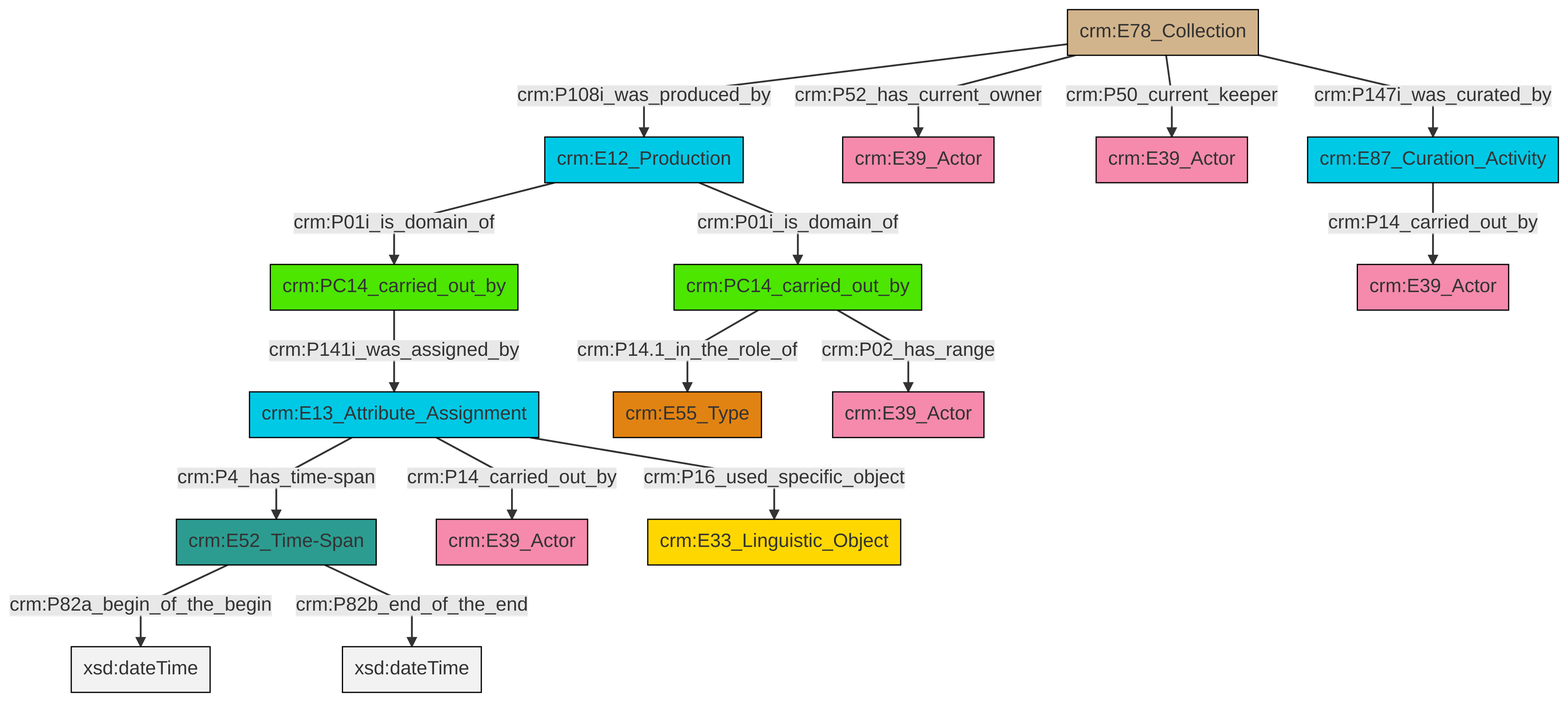
Above: et/archivalCSV/ttl/mmd/png/archival_relation.png in swiss-art-research-net/docs.swissartresearch (Mermaid), before the change. Its source is kept beside it as et/archivalCSV/ttl/mmd/archival_relation.ttl.mmd.
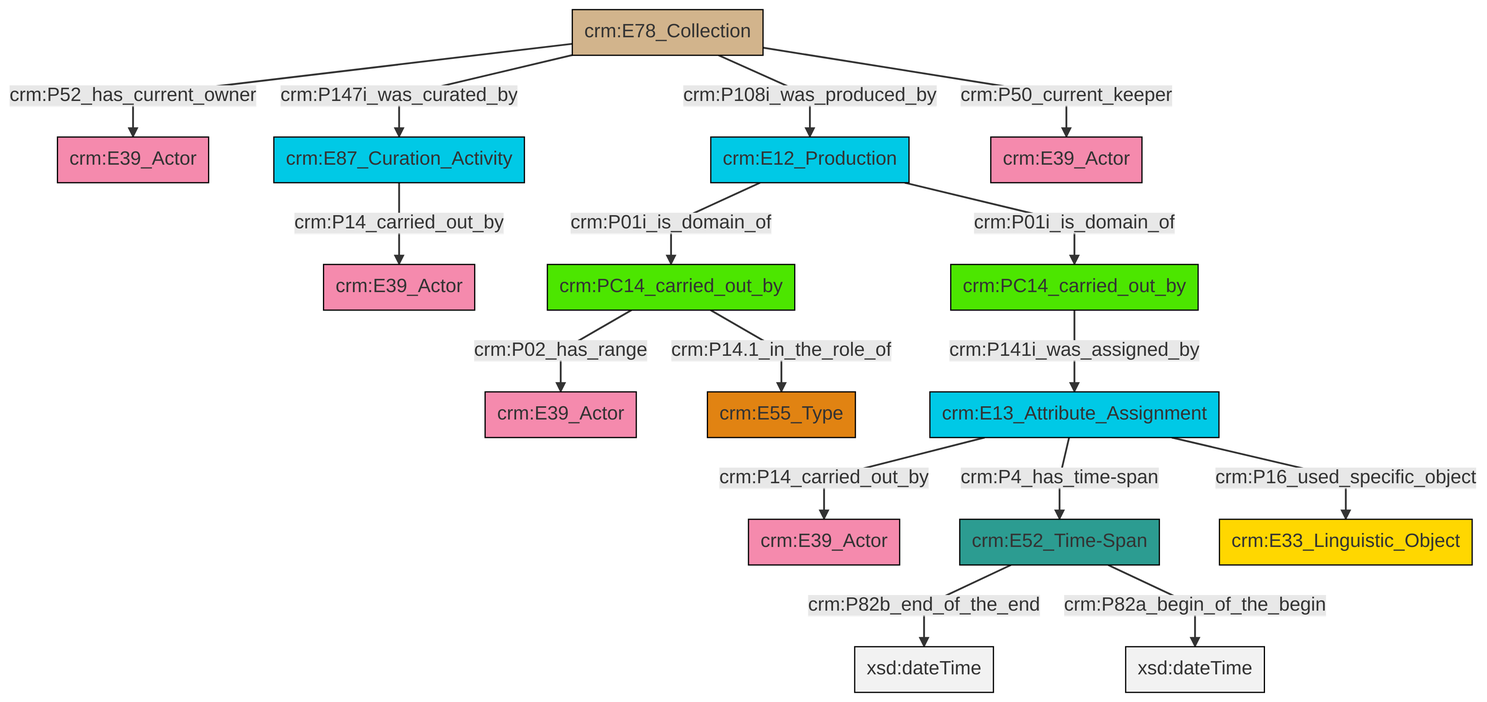
After the change.

The edit, as a diff of the source:
```diff
@@ -13,18 +13,18 @@
 classDef PC_Classes fill:#4ce600, stroke:#000000;
 classDef Multi fill:#cccccc,stroke:#000000;
 
-2["crm:E13_Attribute_Assignment"]:::Temporal_Entity -->|crm:P4_has_time-span| 3["crm:E52_Time-Span"]:::Time-Span
-5["crm:E12_Production"]:::Temporal_Entity -->|crm:P01i_is_domain_of| 0["crm:PC14_carried_out_by"]:::PC_Classes
-13["crm:E78_Collection"]:::Physical_Thing -->|crm:P50_current_keeper| 14["crm:E39_Actor"]:::Actor
-0["crm:PC14_carried_out_by"]:::PC_Classes -->|crm:P141i_was_assigned_by| 2["crm:E13_Attribute_Assignment"]:::Temporal_Entity
-5["crm:E12_Production"]:::Temporal_Entity -->|crm:P01i_is_domain_of| 7["crm:PC14_carried_out_by"]:::PC_Classes
-19["crm:E87_Curation_Activity"]:::Temporal_Entity -->|crm:P14_carried_out_by| 20["crm:E39_Actor"]:::Actor
-3["crm:E52_Time-Span"]:::Time-Span -->|crm:P82a_begin_of_the_begin| 22[xsd:dateTime]:::Literal
-13["crm:E78_Collection"]:::Physical_Thing -->|crm:P147i_was_curated_by| 19["crm:E87_Curation_Activity"]:::Temporal_Entity
-3["crm:E52_Time-Span"]:::Time-Span -->|crm:P82b_end_of_the_end| 25[xsd:dateTime]:::Literal
-7["crm:PC14_carried_out_by"]:::PC_Classes -->|crm:P14.1_in_the_role_of| 15["crm:E55_Type"]:::Type
-13["crm:E78_Collection"]:::Physical_Thing -->|crm:P108i_was_produced_by| 5["crm:E12_Production"]:::Temporal_Entity
-2["crm:E13_Attribute_Assignment"]:::Temporal_Entity -->|crm:P14_carried_out_by| 9["crm:E39_Actor"]:::Actor
-2["crm:E13_Attribute_Assignment"]:::Temporal_Entity -->|crm:P16_used_specific_object| 17["crm:E33_Linguistic_Object"]:::Conceptual_Object
-7["crm:PC14_carried_out_by"]:::PC_Classes -->|crm:P02_has_range| 27["crm:E39_Actor"]:::Actor
-13["crm:E78_Collection"]:::Physical_Thing -->|crm:P52_has_current_owner| 11["crm:E39_Actor"]:::Actor
+0["crm:PC14_carried_out_by"]:::PC_Classes -->|crm:P02_has_range| 1["crm:E39_Actor"]:::Actor
+4["crm:E87_Curation_Activity"]:::Temporal_Entity -->|crm:P14_carried_out_by| 5["crm:E39_Actor"]:::Actor
+8["crm:E13_Attribute_Assignment"]:::Temporal_Entity -->|crm:P14_carried_out_by| 9["crm:E39_Actor"]:::Actor
+2["crm:E52_Time-Span"]:::Time-Span -->|crm:P82b_end_of_the_end| 14[xsd:dateTime]:::Literal
+25["crm:E78_Collection"]:::Physical_Thing -->|crm:P52_has_current_owner| 15["crm:E39_Actor"]:::Actor
+25["crm:E78_Collection"]:::Physical_Thing -->|crm:P147i_was_curated_by| 4["crm:E87_Curation_Activity"]:::Temporal_Entity
+10["crm:E12_Production"]:::Temporal_Entity -->|crm:P01i_is_domain_of| 0["crm:PC14_carried_out_by"]:::PC_Classes
+6["crm:PC14_carried_out_by"]:::PC_Classes -->|crm:P141i_was_assigned_by| 8["crm:E13_Attribute_Assignment"]:::Temporal_Entity
+8["crm:E13_Attribute_Assignment"]:::Temporal_Entity -->|crm:P4_has_time-span| 2["crm:E52_Time-Span"]:::Time-Span
+25["crm:E78_Collection"]:::Physical_Thing -->|crm:P108i_was_produced_by| 10["crm:E12_Production"]:::Temporal_Entity
+8["crm:E13_Attribute_Assignment"]:::Temporal_Entity -->|crm:P16_used_specific_object| 19["crm:E33_Linguistic_Object"]:::Conceptual_Object
+10["crm:E12_Production"]:::Temporal_Entity -->|crm:P01i_is_domain_of| 6["crm:PC14_carried_out_by"]:::PC_Classes
+25["crm:E78_Collection"]:::Physical_Thing -->|crm:P50_current_keeper| 12["crm:E39_Actor"]:::Actor
+2["crm:E52_Time-Span"]:::Time-Span -->|crm:P82a_begin_of_the_begin| 28[xsd:dateTime]:::Literal
+0["crm:PC14_carried_out_by"]:::PC_Classes -->|crm:P14.1_in_the_role_of| 22["crm:E55_Type"]:::Type
```
